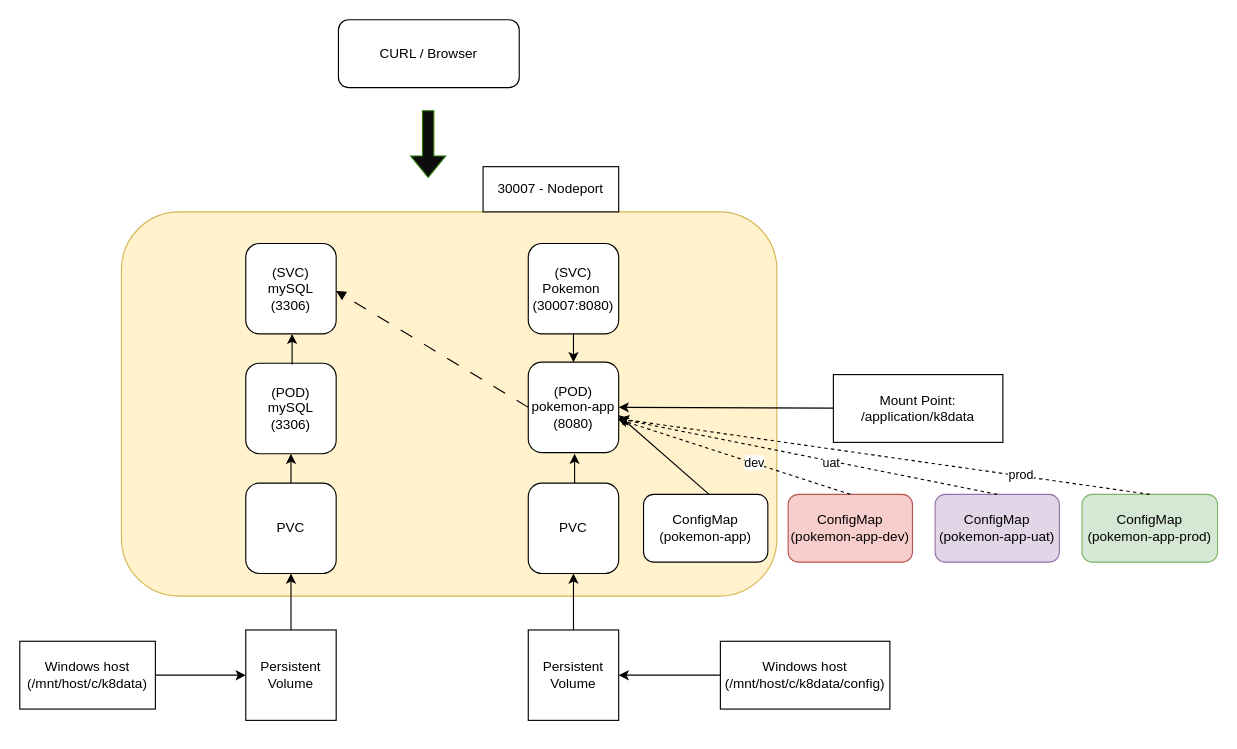
Above: Untitled Diagram.drawio in bourgamb/pokemon_album_service (draw.io), before the change. Source tidied: cells renumbered, new cells numbered last; positions are measured from the earlier drawing's top-left corner, leaving out a move shared by most shapes. Both pictures are drawn from the tidied source at 113%, with x=0, y=0 at pixel (19, 19).
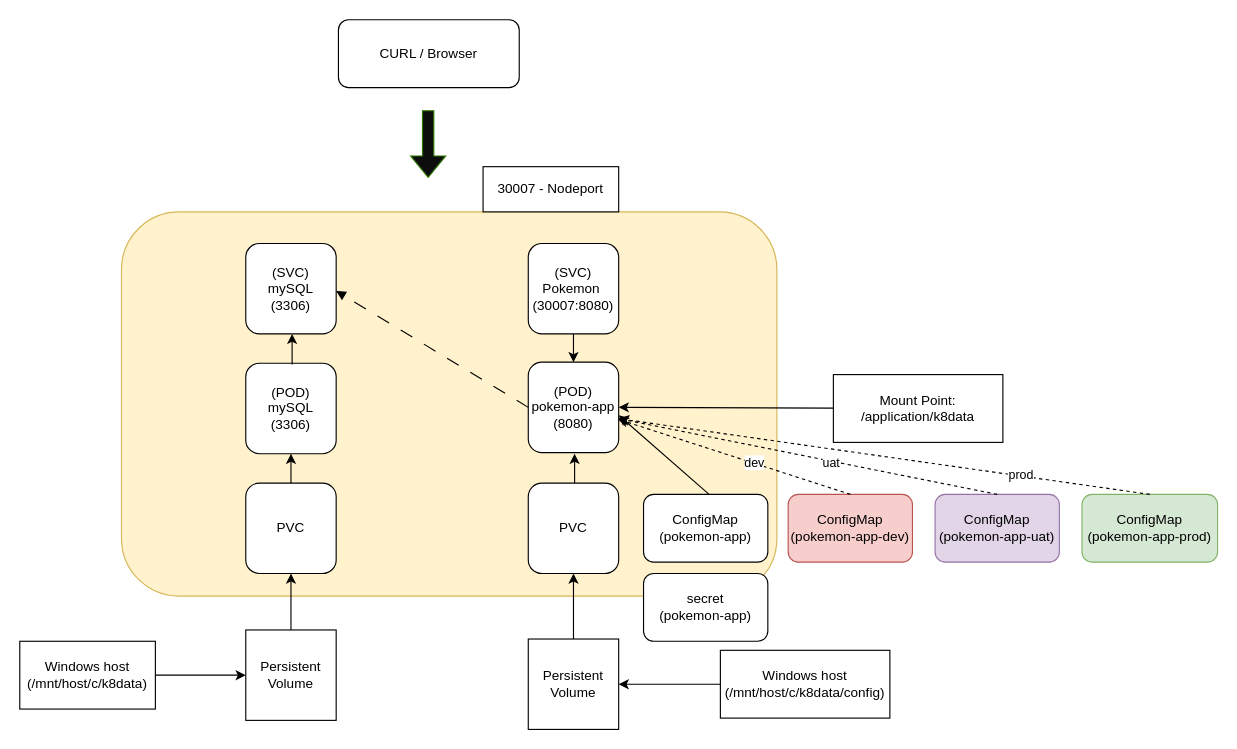
After the change.

The change refers to these unchanged cells:
```xml
<mxCell id="22" value="PVC" style="whiteSpace=wrap;html=1;rounded=1;labelBackgroundColor=none;" parent="1" vertex="1">
  <mxGeometry x="450" y="410" width="80" height="80" as="geometry" />
</mxCell>
```

Change to the diagram source:
```diff
@@
     <mxCell id="19" value="Windows host&lt;br&gt;(/mnt/host/c/k8data/config)" style="rounded=0;whiteSpace=wrap;html=1;labelBackgroundColor=none;" parent="1" vertex="1">
-      <mxGeometry x="620" y="550" width="150" height="60" as="geometry" />
+      <mxGeometry x="620" y="558" width="150" height="60" as="geometry" />
     </mxCell>
     <mxCell id="20" value="Persistent&lt;br&gt;Volume" style="whiteSpace=wrap;html=1;labelBackgroundColor=none;" parent="1" vertex="1">
-      <mxGeometry x="450" y="540" width="80" height="80" as="geometry" />
+      <mxGeometry x="450" y="548" width="80" height="80" as="geometry" />
     </mxCell>
     <mxCell id="21" style="endArrow=classic;html=1;rounded=0;entryX=1;entryY=0.5;entryDx=0;entryDy=0;" parent="1" edge="1" target="20">
       <mxGeometry relative="1" as="geometry">
-        <mxPoint x="620" y="580" as="sourcePoint" />
+        <mxPoint x="620" y="588" as="sourcePoint" />
       </mxGeometry>
     </mxCell>
@@
-    <mxCell id="23" style="endArrow=classic;html=1;rounded=0;entryX=0.5;entryY=1;entryDx=0;entryDy=0;" parent="1" edge="1" target="22">
-      <mxGeometry relative="1" as="geometry">
-        <mxPoint x="490" y="540" as="sourcePoint" />
-      </mxGeometry>
+    <mxCell id="23" style="endArrow=classic;html=1;rounded=0;entryX=0.5;entryY=1;entryDx=0;entryDy=0;exitX=0.5;exitY=0;exitDx=0;exitDy=0;" parent="1" edge="1" source="20" target="22">
+      <mxGeometry relative="1" as="geometry" />
     </mxCell>
@@
+    <mxCell id="38" value="secret&lt;br&gt;(pokemon-app)" style="rounded=1;whiteSpace=wrap;html=1;labelBackgroundColor=none;shadow=0;glass=0;" parent="1" vertex="1">
+      <mxGeometry x="552" y="490" width="110" height="60" as="geometry" />
+    </mxCell>
```
